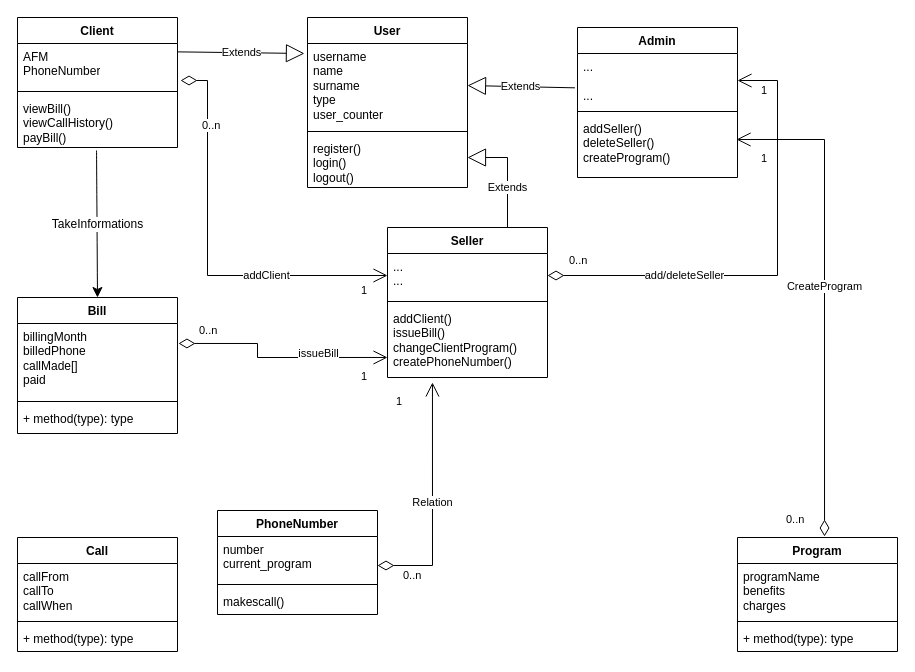
Above: Diagram.drawio in dimitry-lzs/webProgramming (draw.io), before the change. Source tidied: cells renumbered, new cells numbered last; positions are measured from the earlier drawing's top-left corner, leaving out a move shared by most shapes. Both pictures are drawn from the tidied source at 100%, with x=0, y=0 at pixel (17, 17).
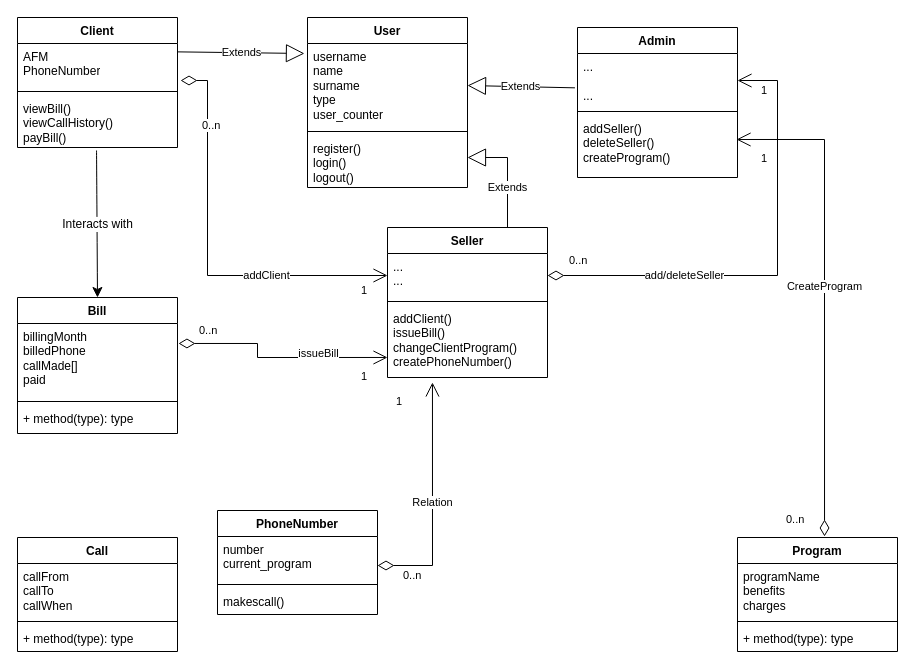
After the change.

Unchanged cells that the change refers to:
```xml
<mxCell id="52" style="endArrow=classic;html=1;rounded=0;fontSize=12;startSize=8;endSize=8;curved=1;exitX=0.494;exitY=1.058;exitDx=0;exitDy=0;exitPerimeter=0;entryX=0.5;entryY=0;entryDx=0;entryDy=0;" parent="1" edge="1" source="13" target="33">
  <mxGeometry relative="1" as="geometry" />
</mxCell>
```

Change to the diagram source:
```diff
@@
-    <mxCell id="53" value="TakeInformations" style="edgeLabel;html=1;fontSize=12;align=center;verticalAlign=middle;" parent="52" vertex="1">
+    <mxCell id="53" value="Interacts with" style="edgeLabel;html=1;fontSize=12;align=center;verticalAlign=middle;" parent="52" vertex="1">
       <mxGeometry relative="1" as="geometry" />
     </mxCell>
```
